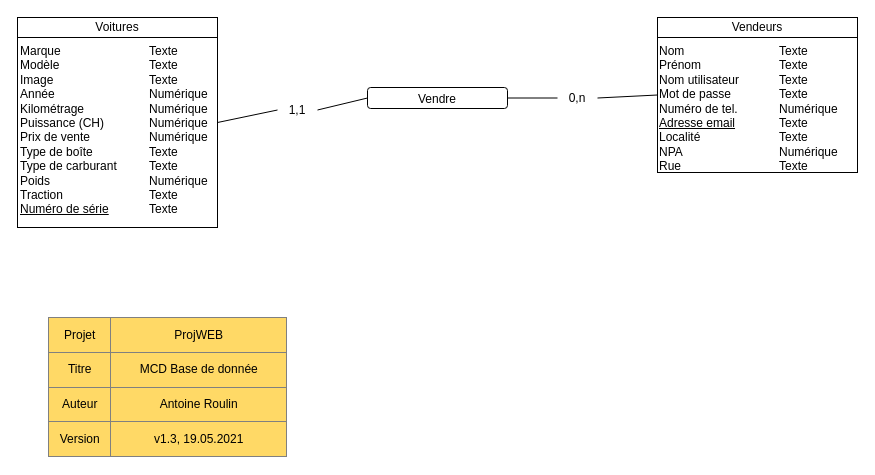
The draw.io diagram doc/MCD/MCD_ProjWEB_CLASSICCAR_ARN-NED.drawio in NicolasGlassey/PROJWEB-INFOWEB, before the edit. Source tidied: cells renumbered, new cells numbered last; positions are measured from the earlier drawing's top-left corner, leaving out a move shared by most shapes. Both pictures are drawn from the tidied source at 100%, with x=0, y=0 at pixel (17, 17).
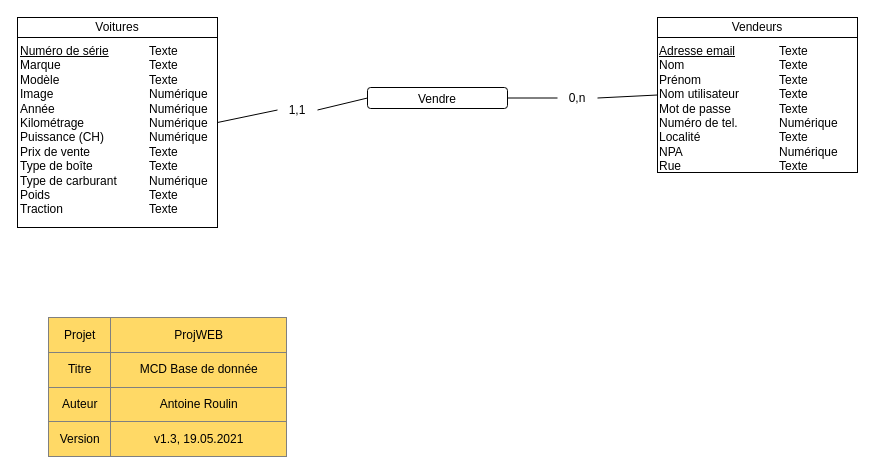
The same diagram, later.

Commit message (it also covers changes not shown here):
Déplacement des identifiants naturel tout en haut des entité dans le MLD

What changed in the source:
```diff
@@
 <mxGraphModel>
   <root>
     <mxCell id="0" />
     <mxCell id="1" parent="0" />
     <mxCell id="2" value="&lt;div style=&quot;box-sizing: border-box ; width: 100% ; padding: 2px&quot;&gt;&lt;br&gt;&lt;/div&gt;" style="verticalAlign=top;align=center;overflow=fill;html=1;rounded=0;shadow=0;comic=0;labelBackgroundColor=none;strokeColor=#000000;strokeWidth=1;fillColor=#ffffff;fontFamily=Verdana;fontSize=12;fontColor=#000000;" parent="1" vertex="1">
       <mxGeometry width="200" height="210" as="geometry" />
     </mxCell>
     <mxCell id="3" value="Voitures" style="rounded=0;whiteSpace=wrap;html=1;" parent="1" vertex="1">
       <mxGeometry width="200" height="20" as="geometry" />
     </mxCell>
-    <mxCell id="4" value="Marque&lt;br&gt;Modèle&lt;br&gt;Image&lt;br&gt;Année&lt;br&gt;Kilométrage&lt;br&gt;Puissance (CH)&lt;br&gt;Prix de vente&lt;br&gt;Type de boîte&lt;br&gt;Type de carburant&lt;br&gt;Poids&lt;br&gt;Traction&lt;br&gt;&lt;u&gt;Numéro de série&lt;/u&gt;" style="text;html=1;strokeColor=none;fillColor=none;align=left;verticalAlign=top;whiteSpace=wrap;rounded=0;" parent="1" vertex="1">
+    <mxCell id="4" value="&lt;u&gt;Numéro de série&lt;/u&gt;&lt;br&gt;Marque&lt;br&gt;Modèle&lt;br&gt;Image&lt;br&gt;Année&lt;br&gt;Kilométrage&lt;br&gt;Puissance (CH)&lt;br&gt;Prix de vente&lt;br&gt;Type de boîte&lt;br&gt;Type de carburant&lt;br&gt;Poids&lt;br&gt;Traction" style="text;html=1;strokeColor=none;fillColor=none;align=left;verticalAlign=top;whiteSpace=wrap;rounded=0;" parent="1" vertex="1">
       <mxGeometry x="1" y="20" width="110" height="180" as="geometry" />
     </mxCell>
     <mxCell id="5" value="Texte&lt;br&gt;Texte&lt;br&gt;Texte&lt;br&gt;Numérique&lt;br&gt;Numérique&lt;br&gt;Numérique&lt;br&gt;Numérique&lt;br&gt;Texte&lt;br&gt;Texte&lt;br&gt;Numérique&lt;br&gt;Texte&lt;br&gt;Texte" style="text;html=1;strokeColor=none;fillColor=none;align=left;verticalAlign=top;whiteSpace=wrap;rounded=0;" parent="1" vertex="1">
       <mxGeometry x="130" y="20" width="70" height="180" as="geometry" />
     </mxCell>
     <mxCell id="6" value="&lt;div style=&quot;box-sizing: border-box ; width: 100% ; padding: 2px&quot;&gt;&lt;br&gt;&lt;/div&gt;" style="verticalAlign=top;align=center;overflow=fill;html=1;rounded=0;shadow=0;comic=0;labelBackgroundColor=none;strokeColor=#000000;strokeWidth=1;fillColor=#ffffff;fontFamily=Verdana;fontSize=12;fontColor=#000000;" parent="1" vertex="1">
       <mxGeometry x="640" width="200" height="155" as="geometry" />
     </mxCell>
     <mxCell id="7" value="Vendeurs" style="rounded=0;whiteSpace=wrap;html=1;" parent="1" vertex="1">
       <mxGeometry x="640" width="200" height="20" as="geometry" />
     </mxCell>
-    <mxCell id="8" value="Nom&lt;br&gt;Prénom&lt;br&gt;Nom utilisateur&lt;br&gt;Mot de passe&lt;br&gt;Numéro de tel.&lt;br&gt;&lt;u&gt;Adresse email&lt;/u&gt;&lt;br&gt;Localité&lt;br&gt;NPA&lt;br&gt;Rue" style="text;html=1;strokeColor=none;fillColor=none;align=left;verticalAlign=top;whiteSpace=wrap;rounded=0;" parent="1" vertex="1">
+    <mxCell id="8" value="&lt;u&gt;Adresse email&lt;/u&gt;&lt;br&gt;Nom&lt;br&gt;Prénom&lt;br&gt;Nom utilisateur&lt;br&gt;Mot de passe&lt;br&gt;Numéro de tel.&lt;br&gt;Localité&lt;br&gt;NPA&lt;br&gt;Rue" style="text;html=1;strokeColor=none;fillColor=none;align=left;verticalAlign=top;whiteSpace=wrap;rounded=0;" parent="1" vertex="1">
       <mxGeometry x="640" y="20" width="100" height="110" as="geometry" />
     </mxCell>
-    <mxCell id="9" value="Texte&lt;br&gt;Texte&lt;br&gt;Texte&lt;br&gt;Texte&lt;br&gt;Numérique&lt;br&gt;Texte&lt;br&gt;Texte&lt;br&gt;Numérique&lt;br&gt;Texte" style="text;html=1;strokeColor=none;fillColor=none;align=left;verticalAlign=top;whiteSpace=wrap;rounded=0;" parent="1" vertex="1">
+    <mxCell id="9" value="Texte&lt;br&gt;Texte&lt;br&gt;Texte&lt;br&gt;Texte&lt;br&gt;Texte&lt;br&gt;Numérique&lt;br&gt;Texte&lt;br&gt;Numérique&lt;br&gt;Texte" style="text;html=1;strokeColor=none;fillColor=none;align=left;verticalAlign=top;whiteSpace=wrap;rounded=0;" parent="1" vertex="1">
       <mxGeometry x="760" y="20" width="80" height="110" as="geometry" />
     </mxCell>
     <mxCell id="10" style="rounded=1;whiteSpace=wrap;html=1;" parent="1" vertex="1">
       <mxGeometry x="350" y="70" width="140" height="21" as="geometry" />
     </mxCell>
     <mxCell id="11" value="Vendre" style="text;html=1;strokeColor=none;fillColor=none;align=center;verticalAlign=middle;whiteSpace=wrap;rounded=0;" parent="1" vertex="1">
       <mxGeometry x="360" y="72" width="120" height="20" as="geometry" />
     </mxCell>
     <mxCell id="12" value="&lt;table border=&quot;1&quot; width=&quot;100%&quot; style=&quot;width: 100% ; height: 100% ; border-collapse: collapse&quot;&gt;&lt;tbody&gt;&lt;tr&gt;&lt;td align=&quot;center&quot;&gt;Projet&lt;/td&gt;&lt;td align=&quot;center&quot;&gt;ProjWEB&lt;/td&gt;&lt;/tr&gt;&lt;tr&gt;&lt;td align=&quot;center&quot;&gt;Titre&lt;/td&gt;&lt;td align=&quot;center&quot;&gt;MCD Base de donnée&lt;/td&gt;&lt;/tr&gt;&lt;tr&gt;&lt;td align=&quot;center&quot;&gt;Auteur&lt;/td&gt;&lt;td align=&quot;center&quot;&gt;Antoine Roulin&lt;/td&gt;&lt;/tr&gt;&lt;tr&gt;&lt;td style=&quot;text-align: center&quot;&gt;Version&lt;/td&gt;&lt;td style=&quot;text-align: center&quot;&gt;v1.3, 19.05.2021&lt;/td&gt;&lt;/tr&gt;&lt;/tbody&gt;&lt;/table&gt;" style="text;html=1;overflow=fill;labelBackgroundColor=#FFD966;" parent="1" vertex="1">
       <mxGeometry x="31" y="300" width="239" height="140" as="geometry" />
     </mxCell>
     <mxCell id="13" style="endArrow=none;html=1;exitX=1;exitY=0.5;exitDx=0;exitDy=0;entryX=0;entryY=0.5;entryDx=0;entryDy=0;startArrow=none;" parent="1" edge="1" source="14" target="10">
       <mxGeometry relative="1" as="geometry" />
     </mxCell>
     <mxCell id="14" value="1,1" style="text;html=1;strokeColor=none;fillColor=none;align=center;verticalAlign=middle;whiteSpace=wrap;rounded=0;" parent="1" vertex="1">
       <mxGeometry x="260" y="80" width="40" height="25" as="geometry" />
     </mxCell>
     <mxCell id="15" style="endArrow=none;html=1;exitX=1;exitY=0.5;exitDx=0;exitDy=0;entryX=0;entryY=0.5;entryDx=0;entryDy=0;" parent="1" edge="1" source="2" target="14">
       <mxGeometry relative="1" as="geometry" />
     </mxCell>
     <mxCell id="16" style="endArrow=none;html=1;exitX=1;exitY=0.5;exitDx=0;exitDy=0;entryX=0;entryY=0.5;entryDx=0;entryDy=0;startArrow=none;" parent="1" edge="1" source="17" target="6">
       <mxGeometry relative="1" as="geometry" />
     </mxCell>
     <mxCell id="17" value="0,n" style="text;html=1;strokeColor=none;fillColor=none;align=center;verticalAlign=middle;whiteSpace=wrap;rounded=0;" parent="1" vertex="1">
       <mxGeometry x="540" y="68" width="40" height="25" as="geometry" />
     </mxCell>
     <mxCell id="18" style="endArrow=none;html=1;exitX=1;exitY=0.5;exitDx=0;exitDy=0;entryX=0;entryY=0.5;entryDx=0;entryDy=0;" parent="1" edge="1" source="10" target="17">
       <mxGeometry relative="1" as="geometry" />
     </mxCell>
   </root>
 </mxGraphModel>
```
